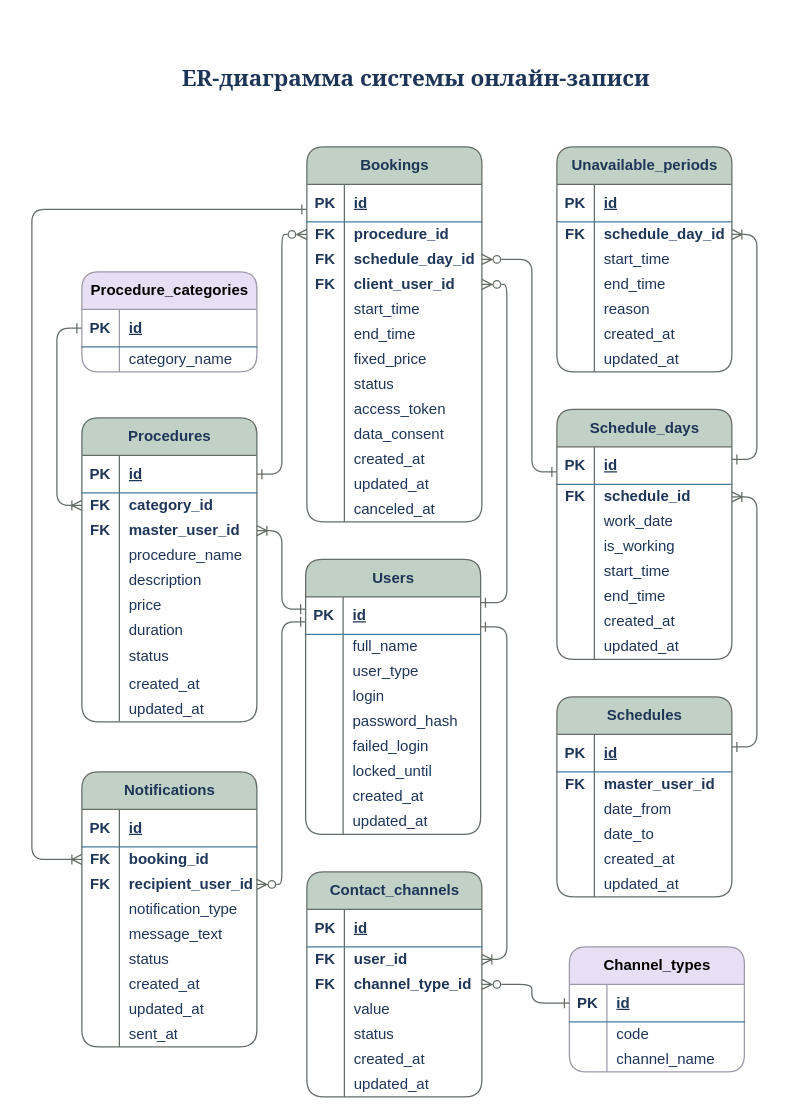
Before: data-model/er-diagram.drawio in Katerina-analyst/Portfolio, a draw.io diagram. Source tidied: cells renumbered, new cells numbered last; positions are measured from the earlier drawing's top-left corner, leaving out a move shared by most shapes. Both pictures are drawn from the tidied source at 125%, with x=0, y=0 at pixel (31, 59).
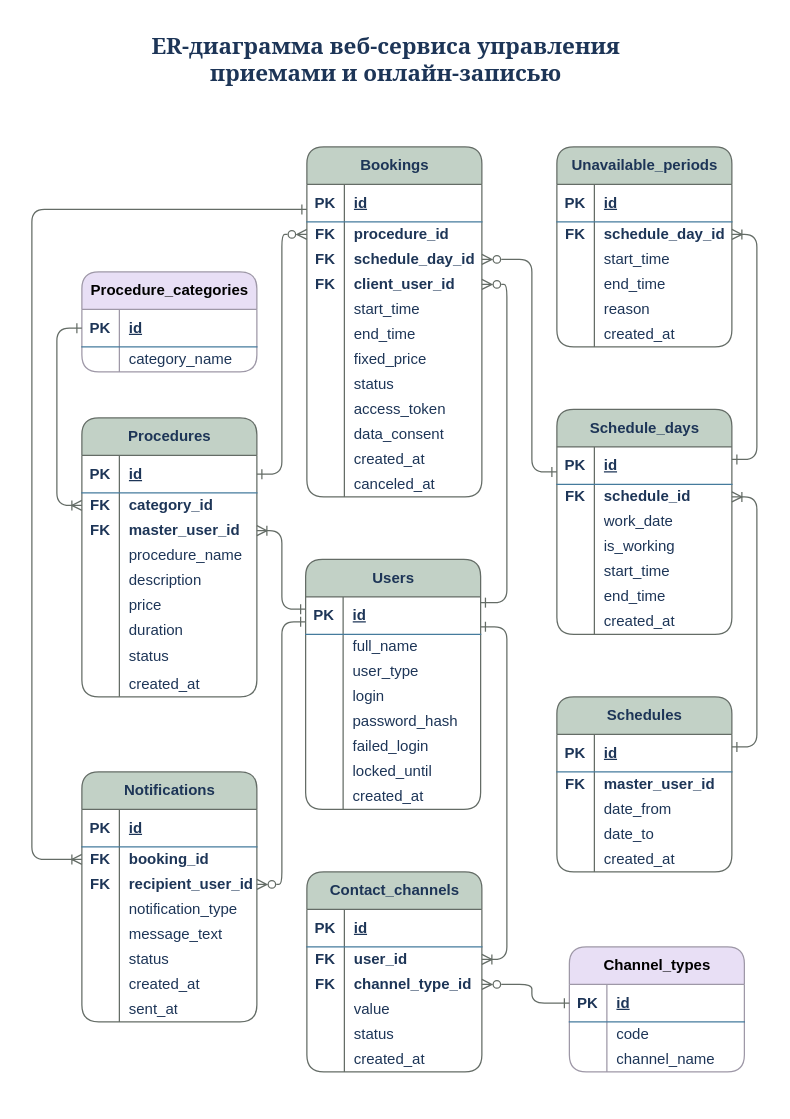
Above is the later version.

The change refers to these unchanged cells:
```xml
<mxCell id="152" style="shape=tableRow;horizontal=0;startSize=0;swimlaneHead=0;swimlaneBody=0;fillColor=none;top=0;left=0;right=0;bottom=0;swimlaneFillColor=none;shadow=0;labelBackgroundColor=none;strokeColor=#457B9D;fontColor=#1D3557;rounded=1;" parent="118" vertex="1">
  <mxGeometry y="260" width="140" height="20" as="geometry" />
</mxCell>
```

What changed in the source:
```diff
@@
     <mxCell id="2" value="Procedures" style="shape=table;startSize=30;childLayout=tableLayout;rowLines=0;fontStyle=1;align=center;html=1;swimlaneFillColor=none;shadow=0;rounded=1;fillColor=#C2D1C6;strokeColor=#646C66;labelBackgroundColor=none;fontColor=#1D3557;" parent="1" vertex="1">
-      <mxGeometry x="40" y="286.8" width="140" height="243.2" as="geometry" />
+      <mxGeometry x="40" y="286.8" width="140" height="223.2" as="geometry" />
     </mxCell>
@@
-    <mxCell id="30" style="shape=tableRow;horizontal=0;startSize=0;swimlaneHead=0;swimlaneBody=0;fillColor=none;top=0;left=0;right=0;bottom=0;swimlaneFillColor=none;shadow=0;labelBackgroundColor=none;strokeColor=#457B9D;fontColor=#1D3557;rounded=1;" parent="2" vertex="1">
-      <mxGeometry y="223" width="140" height="20" as="geometry" />
-    </mxCell>
-    <mxCell id="31" style="shape=partialRectangle;fillColor=none;top=0;left=0;bottom=0;right=0;overflow=hidden;whiteSpace=wrap;html=1;swimlaneFillColor=none;shadow=0;labelBackgroundColor=none;strokeColor=#457B9D;fontColor=#1D3557;rounded=1;" parent="30" vertex="1">
-      <mxGeometry width="30" height="20" as="geometry" />
-    </mxCell>
-    <mxCell id="32" value="updated_at" style="shape=partialRectangle;fillColor=none;top=0;left=0;bottom=0;right=0;align=left;spacingLeft=6;overflow=hidden;whiteSpace=wrap;html=1;swimlaneFillColor=none;shadow=0;labelBackgroundColor=none;strokeColor=#457B9D;fontColor=#1D3557;rounded=1;" parent="30" vertex="1">
-      <mxGeometry x="30" width="110" height="20" as="geometry" />
-    </mxCell>
     <mxCell id="33" value="Users" style="shape=table;startSize=30;childLayout=tableLayout;rowLines=0;fontStyle=1;align=center;html=1;swimlaneFillColor=none;shadow=0;rounded=1;fillColor=#C2D1C6;strokeColor=#646C66;labelBackgroundColor=none;fontColor=#1D3557;" parent="1" vertex="1">
-      <mxGeometry x="219" y="400" width="140" height="220" as="geometry" />
+      <mxGeometry x="219" y="400" width="140" height="200" as="geometry" />
     </mxCell>
@@
-    <mxCell id="58" style="shape=tableRow;horizontal=0;startSize=0;swimlaneHead=0;swimlaneBody=0;fillColor=none;top=0;left=0;right=0;bottom=0;swimlaneFillColor=none;shadow=0;labelBackgroundColor=none;strokeColor=#457B9D;fontColor=#1D3557;rounded=1;" parent="33" vertex="1">
-      <mxGeometry y="200" width="140" height="20" as="geometry" />
-    </mxCell>
-    <mxCell id="59" style="shape=partialRectangle;fillColor=none;top=0;left=0;bottom=0;right=0;overflow=hidden;whiteSpace=wrap;html=1;swimlaneFillColor=none;shadow=0;labelBackgroundColor=none;strokeColor=#457B9D;fontColor=#1D3557;rounded=1;" parent="58" vertex="1">
-      <mxGeometry width="30" height="20" as="geometry" />
-    </mxCell>
-    <mxCell id="60" value="updated_at" style="shape=partialRectangle;fillColor=none;top=0;left=0;bottom=0;right=0;align=left;spacingLeft=6;overflow=hidden;whiteSpace=wrap;html=1;swimlaneFillColor=none;shadow=0;labelBackgroundColor=none;strokeColor=#457B9D;fontColor=#1D3557;rounded=1;" parent="58" vertex="1">
-      <mxGeometry x="30" width="110" height="20" as="geometry" />
-    </mxCell>
     <mxCell id="61" value="Contact_channels" style="shape=table;startSize=30;childLayout=tableLayout;rowLines=0;fontStyle=1;align=center;html=1;swimlaneFillColor=none;shadow=0;rounded=1;fillColor=#C2D1C6;strokeColor=#646C66;labelBackgroundColor=none;fontColor=#1D3557;" parent="1" vertex="1">
-      <mxGeometry x="220" y="650" width="140" height="180" as="geometry" />
+      <mxGeometry x="220" y="650" width="140" height="160" as="geometry" />
     </mxCell>
@@
-    <mxCell id="80" style="shape=tableRow;horizontal=0;startSize=0;swimlaneHead=0;swimlaneBody=0;fillColor=none;top=0;left=0;right=0;bottom=0;swimlaneFillColor=none;shadow=0;labelBackgroundColor=none;strokeColor=#457B9D;fontColor=#1D3557;rounded=1;" parent="61" vertex="1">
-      <mxGeometry y="160" width="140" height="20" as="geometry" />
-    </mxCell>
-    <mxCell id="81" style="shape=partialRectangle;fillColor=none;top=0;left=0;bottom=0;right=0;overflow=hidden;whiteSpace=wrap;html=1;swimlaneFillColor=none;shadow=0;labelBackgroundColor=none;strokeColor=#457B9D;fontColor=#1D3557;rounded=1;" parent="80" vertex="1">
-      <mxGeometry width="30" height="20" as="geometry" />
-    </mxCell>
-    <mxCell id="82" value="updated_at" style="shape=partialRectangle;fillColor=none;top=0;left=0;bottom=0;right=0;align=left;spacingLeft=6;overflow=hidden;whiteSpace=wrap;html=1;swimlaneFillColor=none;shadow=0;labelBackgroundColor=none;strokeColor=#457B9D;fontColor=#1D3557;rounded=1;" parent="80" vertex="1">
-      <mxGeometry x="30" width="110" height="20" as="geometry" />
-    </mxCell>
@@
     <mxCell id="90" value="Notifications" style="shape=table;startSize=30;childLayout=tableLayout;rowLines=0;fontStyle=1;align=center;html=1;swimlaneFillColor=none;shadow=0;rounded=1;fillColor=#C2D1C6;strokeColor=#646C66;labelBackgroundColor=none;fontColor=#1D3557;" parent="1" vertex="1">
-      <mxGeometry x="40" y="570" width="140" height="220" as="geometry" />
+      <mxGeometry x="40" y="570" width="140" height="200" as="geometry" />
     </mxCell>
@@
-    <mxCell id="112" style="shape=tableRow;horizontal=0;startSize=0;swimlaneHead=0;swimlaneBody=0;fillColor=none;top=0;left=0;right=0;bottom=0;swimlaneFillColor=none;shadow=0;labelBackgroundColor=none;strokeColor=#457B9D;fontColor=#1D3557;rounded=1;" parent="90" vertex="1">
-      <mxGeometry y="180" width="140" height="20" as="geometry" />
-    </mxCell>
-    <mxCell id="113" style="shape=partialRectangle;fillColor=none;top=0;left=0;bottom=0;right=0;overflow=hidden;whiteSpace=wrap;html=1;swimlaneFillColor=none;shadow=0;labelBackgroundColor=none;strokeColor=#457B9D;fontColor=#1D3557;rounded=1;" parent="112" vertex="1">
-      <mxGeometry width="30" height="20" as="geometry" />
-    </mxCell>
-    <mxCell id="114" value="updated_at" style="shape=partialRectangle;fillColor=none;top=0;left=0;bottom=0;right=0;align=left;spacingLeft=6;overflow=hidden;whiteSpace=wrap;html=1;swimlaneFillColor=none;shadow=0;labelBackgroundColor=none;strokeColor=#457B9D;fontColor=#1D3557;rounded=1;" parent="112" vertex="1">
-      <mxGeometry x="30" width="110" height="20" as="geometry" />
-    </mxCell>
     <mxCell id="115" style="shape=tableRow;horizontal=0;startSize=0;swimlaneHead=0;swimlaneBody=0;fillColor=none;top=0;left=0;right=0;bottom=0;swimlaneFillColor=none;shadow=0;labelBackgroundColor=none;strokeColor=#457B9D;fontColor=#1D3557;rounded=1;" parent="90" vertex="1">
-      <mxGeometry y="200" width="140" height="20" as="geometry" />
+      <mxGeometry y="180" width="140" height="20" as="geometry" />
     </mxCell>
@@
     <mxCell id="118" value="Bookings" style="shape=table;startSize=30;childLayout=tableLayout;rowLines=0;fontStyle=1;align=center;html=1;swimlaneFillColor=none;shadow=0;rounded=1;fillColor=#C2D1C6;strokeColor=#646C66;labelBackgroundColor=none;fontColor=#1D3557;" parent="1" vertex="1">
-      <mxGeometry x="220" y="70" width="140" height="300" as="geometry" />
+      <mxGeometry x="220" y="70" width="140" height="280" as="geometry" />
     </mxCell>
@@
-    <mxCell id="154" value="updated_at" style="shape=partialRectangle;fillColor=none;top=0;left=0;bottom=0;right=0;align=left;spacingLeft=6;overflow=hidden;whiteSpace=wrap;html=1;swimlaneFillColor=none;shadow=0;labelBackgroundColor=none;strokeColor=#457B9D;fontColor=#1D3557;rounded=1;" parent="152" vertex="1">
+    <mxCell id="154" value="canceled_at" style="shape=partialRectangle;fillColor=none;top=0;left=0;bottom=0;right=0;align=left;spacingLeft=6;overflow=hidden;whiteSpace=wrap;html=1;swimlaneFillColor=none;shadow=0;labelBackgroundColor=none;strokeColor=#457B9D;fontColor=#1D3557;rounded=1;" parent="152" vertex="1">
       <mxGeometry x="30" width="110" height="20" as="geometry" />
     </mxCell>
-    <mxCell id="155" style="shape=tableRow;horizontal=0;startSize=0;swimlaneHead=0;swimlaneBody=0;fillColor=none;top=0;left=0;right=0;bottom=0;swimlaneFillColor=none;shadow=0;labelBackgroundColor=none;strokeColor=#457B9D;fontColor=#1D3557;rounded=1;" parent="118" vertex="1">
-      <mxGeometry y="280" width="140" height="20" as="geometry" />
-    </mxCell>
-    <mxCell id="156" style="shape=partialRectangle;fillColor=none;top=0;left=0;bottom=0;right=0;overflow=hidden;whiteSpace=wrap;html=1;swimlaneFillColor=none;shadow=0;labelBackgroundColor=none;strokeColor=#457B9D;fontColor=#1D3557;rounded=1;" parent="155" vertex="1">
-      <mxGeometry width="30" height="20" as="geometry" />
-    </mxCell>
-    <mxCell id="157" value="canceled_at" style="shape=partialRectangle;fillColor=none;top=0;left=0;bottom=0;right=0;align=left;spacingLeft=6;overflow=hidden;whiteSpace=wrap;html=1;swimlaneFillColor=none;shadow=0;labelBackgroundColor=none;strokeColor=#457B9D;fontColor=#1D3557;rounded=1;" parent="155" vertex="1">
-      <mxGeometry x="30" width="110" height="20" as="geometry" />
-    </mxCell>
@@
     <mxCell id="168" value="Unavailable_periods" style="shape=table;startSize=30;childLayout=tableLayout;rowLines=0;fontStyle=1;align=center;html=1;swimlaneFillColor=none;shadow=0;rounded=1;fillColor=#C2D1C6;strokeColor=#646C66;labelBackgroundColor=none;fontColor=#1D3557;" parent="1" vertex="1">
-      <mxGeometry x="420" y="70" width="140" height="180" as="geometry" />
+      <mxGeometry x="420" y="70" width="140" height="160" as="geometry" />
     </mxCell>
@@
-    <mxCell id="187" style="shape=tableRow;horizontal=0;startSize=0;swimlaneHead=0;swimlaneBody=0;fillColor=none;top=0;left=0;right=0;bottom=0;swimlaneFillColor=none;shadow=0;labelBackgroundColor=none;strokeColor=#457B9D;fontColor=#1D3557;rounded=1;" parent="168" vertex="1">
-      <mxGeometry y="160" width="140" height="20" as="geometry" />
-    </mxCell>
-    <mxCell id="188" style="shape=partialRectangle;fillColor=none;top=0;left=0;bottom=0;right=0;overflow=hidden;whiteSpace=wrap;html=1;swimlaneFillColor=none;shadow=0;labelBackgroundColor=none;strokeColor=#457B9D;fontColor=#1D3557;rounded=1;" parent="187" vertex="1">
-      <mxGeometry width="30" height="20" as="geometry" />
-    </mxCell>
-    <mxCell id="189" value="updated_at" style="shape=partialRectangle;fillColor=none;top=0;left=0;bottom=0;right=0;align=left;spacingLeft=6;overflow=hidden;whiteSpace=wrap;html=1;swimlaneFillColor=none;shadow=0;labelBackgroundColor=none;strokeColor=#457B9D;fontColor=#1D3557;rounded=1;" parent="187" vertex="1">
-      <mxGeometry x="30" width="110" height="20" as="geometry" />
-    </mxCell>
     <mxCell id="190" value="Schedule_days" style="shape=table;startSize=30;childLayout=tableLayout;rowLines=0;fontStyle=1;align=center;html=1;swimlaneFillColor=none;shadow=0;rounded=1;fillColor=#C2D1C6;strokeColor=#646C66;labelBackgroundColor=none;fontColor=#1D3557;" parent="1" vertex="1">
-      <mxGeometry x="420" y="280" width="140" height="200" as="geometry" />
+      <mxGeometry x="420" y="280" width="140" height="180" as="geometry" />
     </mxCell>
@@
-    <mxCell id="212" style="shape=tableRow;horizontal=0;startSize=0;swimlaneHead=0;swimlaneBody=0;fillColor=none;top=0;left=0;right=0;bottom=0;swimlaneFillColor=none;shadow=0;labelBackgroundColor=none;strokeColor=#457B9D;fontColor=#1D3557;rounded=1;" parent="190" vertex="1">
-      <mxGeometry y="180" width="140" height="20" as="geometry" />
-    </mxCell>
-    <mxCell id="213" style="shape=partialRectangle;fillColor=none;top=0;left=0;bottom=0;right=0;overflow=hidden;whiteSpace=wrap;html=1;swimlaneFillColor=none;shadow=0;labelBackgroundColor=none;strokeColor=#457B9D;fontColor=#1D3557;rounded=1;" parent="212" vertex="1">
-      <mxGeometry width="30" height="20" as="geometry" />
-    </mxCell>
-    <mxCell id="214" value="updated_at" style="shape=partialRectangle;fillColor=none;top=0;left=0;bottom=0;right=0;align=left;spacingLeft=6;overflow=hidden;whiteSpace=wrap;html=1;swimlaneFillColor=none;shadow=0;labelBackgroundColor=none;strokeColor=#457B9D;fontColor=#1D3557;rounded=1;" parent="212" vertex="1">
-      <mxGeometry x="30" width="110" height="20" as="geometry" />
-    </mxCell>
     <mxCell id="215" value="Schedules" style="shape=table;startSize=30;childLayout=tableLayout;rowLines=0;fontStyle=1;align=center;html=1;swimlaneFillColor=none;shadow=0;rounded=1;fillColor=#C2D1C6;strokeColor=#646C66;labelBackgroundColor=none;fontColor=#1D3557;" parent="1" vertex="1">
-      <mxGeometry x="420" y="510" width="140" height="160" as="geometry" />
+      <mxGeometry x="420" y="510" width="140" height="140" as="geometry" />
     </mxCell>
@@
-    <mxCell id="231" style="shape=tableRow;horizontal=0;startSize=0;swimlaneHead=0;swimlaneBody=0;fillColor=none;top=0;left=0;right=0;bottom=0;swimlaneFillColor=none;shadow=0;labelBackgroundColor=none;strokeColor=#457B9D;fontColor=#1D3557;rounded=1;" parent="215" vertex="1">
-      <mxGeometry y="140" width="140" height="20" as="geometry" />
-    </mxCell>
-    <mxCell id="232" style="shape=partialRectangle;fillColor=none;top=0;left=0;bottom=0;right=0;overflow=hidden;whiteSpace=wrap;html=1;swimlaneFillColor=none;shadow=0;labelBackgroundColor=none;strokeColor=#457B9D;fontColor=#1D3557;rounded=1;" parent="231" vertex="1">
-      <mxGeometry width="30" height="20" as="geometry" />
-    </mxCell>
-    <mxCell id="233" value="updated_at" style="shape=partialRectangle;fillColor=none;top=0;left=0;bottom=0;right=0;align=left;spacingLeft=6;overflow=hidden;whiteSpace=wrap;html=1;swimlaneFillColor=none;shadow=0;labelBackgroundColor=none;strokeColor=#457B9D;fontColor=#1D3557;rounded=1;" parent="231" vertex="1">
-      <mxGeometry x="30" width="110" height="20" as="geometry" />
-    </mxCell>
@@
-    <mxCell id="245" value="ER-диаграмма системы онлайн-записи" style="text;html=1;whiteSpace=wrap;strokeColor=none;fillColor=none;align=center;verticalAlign=middle;rounded=1;fontSize=18;fontStyle=1;fontFamily=Georgia;labelBackgroundColor=none;fontColor=#1D3557;" parent="1" vertex="1">
-      <mxGeometry x="110" width="395" height="30" as="geometry" />
+    <mxCell id="245" value="ER-диаграмма веб-сервиса управления приемами и онлайн-записью" style="text;html=1;whiteSpace=wrap;strokeColor=none;fillColor=none;align=center;verticalAlign=middle;rounded=1;fontSize=18;fontStyle=1;fontFamily=Georgia;labelBackgroundColor=none;fontColor=#1D3557;" parent="1" vertex="1">
+      <mxGeometry x="86" y="-30" width="395" height="60" as="geometry" />
     </mxCell>
```
